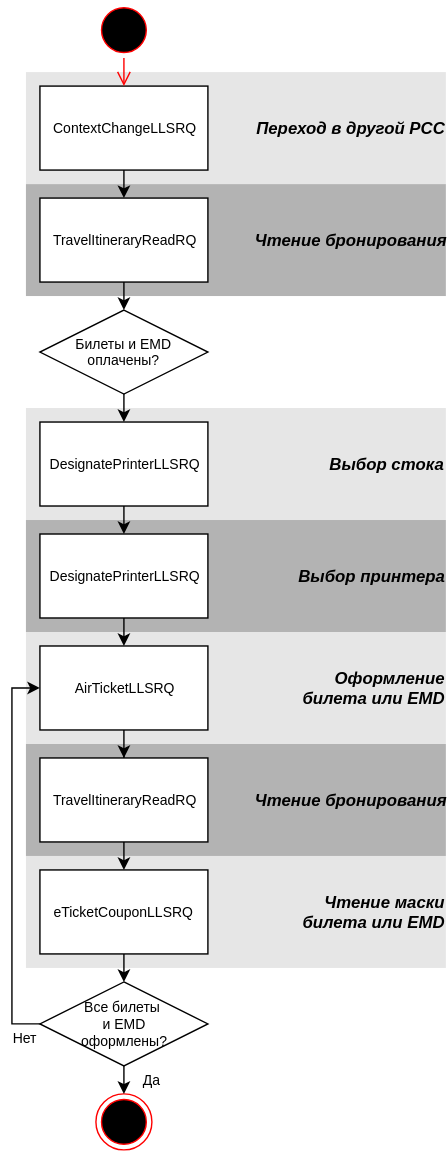
Above: assets/svg/Issue Tickets/[RU]Issue Tickets[Instant]-2.svg in andreypolyak/sabre-apis-ru (draw.io), before the change. Source tidied: cells renumbered, new cells last; positions are measured from the earlier drawing's top-left corner, leaving out a move shared by most shapes.
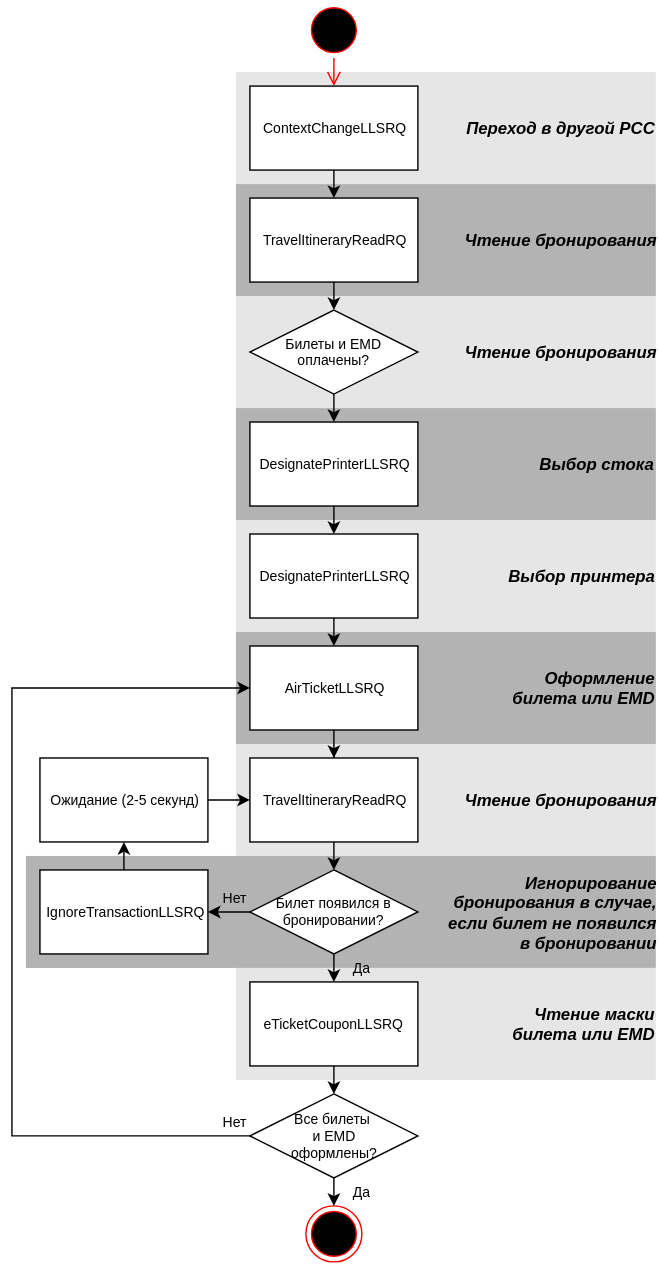
Above is the later version.

What changed in the source:
```diff
@@ -2,33 +2,41 @@
   <root>
     <mxCell id="0" />
     <mxCell id="1" parent="0" />
+    <mxCell id="31" value="&lt;div style=&quot;text-align: right&quot;&gt;&lt;span&gt;&lt;b&gt;&lt;i&gt;&lt;font style=&quot;font-size: 12px&quot;&gt;Переход в другой PCC&lt;/font&gt;&lt;/i&gt;&lt;/b&gt;&lt;/span&gt;&lt;br&gt;&lt;/div&gt;" style="whiteSpace=wrap;html=1;fillColor=#E6E6E6;fontSize=10;strokeColor=none;align=right;gradientColor=none;" parent="1" vertex="1">
+      <mxGeometry y="50" width="300" height="80" as="geometry" />
+    </mxCell>
+    <mxCell id="26" style="ellipse;html=1;shape=startState;fillColor=#000000;strokeColor=#ff0000;rounded=0;fontSize=10;align=center;" parent="1" vertex="1">
+      <mxGeometry x="50" width="40" height="40" as="geometry" />
+    </mxCell>
+    <mxCell id="27" style="edgeStyle=orthogonalEdgeStyle;html=1;verticalAlign=bottom;endArrow=open;endSize=8;strokeColor=#ff0000;fontSize=10;" parent="1" edge="1" source="26">
+      <mxGeometry x="380" y="1310" as="geometry">
+        <mxPoint x="70" y="60" as="targetPoint" />
+      </mxGeometry>
+    </mxCell>
+    <mxCell id="32" value="&lt;div style=&quot;text-align: right&quot;&gt;&lt;span style=&quot;font-size: 12px ; line-height: 14.4px&quot;&gt;&lt;b&gt;&lt;i&gt;Игнорирование&lt;/i&gt;&lt;/b&gt;&lt;/span&gt;&lt;/div&gt;&lt;div style=&quot;text-align: right&quot;&gt;&lt;span style=&quot;font-size: 12px ; line-height: 14.4px&quot;&gt;&lt;b&gt;&lt;i&gt;бронирования в случае,&lt;/i&gt;&lt;/b&gt;&lt;/span&gt;&lt;/div&gt;&lt;div style=&quot;text-align: right&quot;&gt;&lt;span style=&quot;font-size: 12px ; line-height: 14.4px&quot;&gt;&lt;b&gt;&lt;i&gt;если билет не появился&lt;/i&gt;&lt;/b&gt;&lt;/span&gt;&lt;/div&gt;&lt;div style=&quot;text-align: right&quot;&gt;&lt;span style=&quot;font-size: 12px ; line-height: 14.4px&quot;&gt;&lt;b&gt;&lt;i&gt;в бронировании&lt;/i&gt;&lt;/b&gt;&lt;/span&gt;&lt;/div&gt;" style="whiteSpace=wrap;html=1;fillColor=#B3B3B3;fontSize=10;strokeColor=none;align=right;gradientColor=none;" parent="1" vertex="1">
+      <mxGeometry x="-150" y="610" width="450" height="80" as="geometry" />
+    </mxCell>
     <mxCell id="2" value="&lt;div style=&quot;text-align: right&quot;&gt;&lt;span&gt;&lt;b&gt;&lt;i&gt;&lt;font style=&quot;font-size: 12px&quot;&gt;Чтение маски&lt;/font&gt;&lt;/i&gt;&lt;/b&gt;&lt;/span&gt;&lt;/div&gt;&lt;div style=&quot;text-align: right&quot;&gt;&lt;span&gt;&lt;b&gt;&lt;i&gt;&lt;font style=&quot;font-size: 12px&quot;&gt;билета или EMD&lt;/font&gt;&lt;/i&gt;&lt;/b&gt;&lt;/span&gt;&lt;br&gt;&lt;/div&gt;" style="whiteSpace=wrap;html=1;fillColor=#E6E6E6;fontSize=10;strokeColor=none;align=right;gradientColor=none;" parent="1" vertex="1">
-      <mxGeometry y="610" width="300" height="80" as="geometry" />
+      <mxGeometry y="690" width="300" height="80" as="geometry" />
     </mxCell>
-    <mxCell id="3" value="&lt;div style=&quot;text-align: right&quot;&gt;&lt;b&gt;&lt;i&gt;&lt;font style=&quot;font-size: 12px&quot;&gt;Чтение бронирования&lt;/font&gt;&lt;/i&gt;&lt;/b&gt;&lt;br&gt;&lt;/div&gt;" style="whiteSpace=wrap;html=1;fillColor=#B3B3B3;fontSize=10;strokeColor=none;align=right;gradientColor=none;" parent="1" vertex="1">
-      <mxGeometry y="530" width="300" height="80" as="geometry" />
-    </mxCell>
+    <mxCell id="8" value="&lt;div style=&quot;text-align: right&quot;&gt;&lt;b&gt;&lt;i&gt;&lt;font style=&quot;font-size: 12px&quot;&gt;Чтение бронирования&lt;/font&gt;&lt;/i&gt;&lt;/b&gt;&lt;br&gt;&lt;/div&gt;" style="whiteSpace=wrap;html=1;fillColor=#E6E6E6;fontSize=10;strokeColor=none;align=right;gradientColor=none;" parent="1" vertex="1">
+      <mxGeometry y="530" width="300" height="80" as="geometry" />
+    </mxCell>
+    <mxCell id="33" value="&lt;div style=&quot;text-align: right&quot;&gt;&lt;span&gt;&lt;b&gt;&lt;i&gt;&lt;font style=&quot;font-size: 12px&quot;&gt;Оформление&lt;/font&gt;&lt;/i&gt;&lt;/b&gt;&lt;/span&gt;&lt;/div&gt;&lt;div style=&quot;text-align: right&quot;&gt;&lt;span&gt;&lt;b&gt;&lt;i&gt;&lt;font style=&quot;font-size: 12px&quot;&gt;билета или EMD&lt;/font&gt;&lt;/i&gt;&lt;/b&gt;&lt;/span&gt;&lt;br&gt;&lt;/div&gt;" style="whiteSpace=wrap;html=1;fillColor=#B3B3B3;fontSize=10;strokeColor=none;align=right;gradientColor=none;" parent="1" vertex="1">
+      <mxGeometry y="450" width="300" height="80" as="geometry" />
+    </mxCell>
+    <mxCell id="7" value="&lt;div style=&quot;text-align: right&quot;&gt;&lt;b&gt;&lt;i&gt;&lt;font style=&quot;font-size: 12px&quot;&gt;Выбор принтера&lt;/font&gt;&lt;/i&gt;&lt;/b&gt;&lt;br&gt;&lt;/div&gt;" style="whiteSpace=wrap;html=1;fillColor=#E6E6E6;fontSize=10;strokeColor=none;align=right;gradientColor=none;" parent="1" vertex="1">
+      <mxGeometry y="370" width="300" height="80" as="geometry" />
+    </mxCell>
+    <mxCell id="34" value="&lt;div style=&quot;text-align: right&quot;&gt;&lt;b&gt;&lt;i&gt;&lt;font style=&quot;font-size: 12px&quot;&gt;Выбор стока&lt;/font&gt;&lt;/i&gt;&lt;/b&gt;&lt;br&gt;&lt;/div&gt;" style="whiteSpace=wrap;html=1;fillColor=#B3B3B3;fontSize=10;strokeColor=none;align=right;gradientColor=none;" parent="1" vertex="1">
+      <mxGeometry y="290" width="300" height="80" as="geometry" />
+    </mxCell>
+    <mxCell id="6" value="&lt;div style=&quot;text-align: right&quot;&gt;&lt;b&gt;&lt;i&gt;&lt;font style=&quot;font-size: 12px&quot;&gt;Чтение бронирования&lt;/font&gt;&lt;/i&gt;&lt;/b&gt;&lt;br&gt;&lt;/div&gt;" style="whiteSpace=wrap;html=1;fillColor=#E6E6E6;fontSize=10;strokeColor=none;align=right;gradientColor=none;" parent="1" vertex="1">
+      <mxGeometry y="210" width="300" height="80" as="geometry" />
+    </mxCell>
-    <mxCell id="4" value="&lt;div style=&quot;text-align: right&quot;&gt;&lt;span&gt;&lt;b&gt;&lt;i&gt;&lt;font style=&quot;font-size: 12px&quot;&gt;Оформление&lt;/font&gt;&lt;/i&gt;&lt;/b&gt;&lt;/span&gt;&lt;/div&gt;&lt;div style=&quot;text-align: right&quot;&gt;&lt;span&gt;&lt;b&gt;&lt;i&gt;&lt;font style=&quot;font-size: 12px&quot;&gt;билета или EMD&lt;/font&gt;&lt;/i&gt;&lt;/b&gt;&lt;/span&gt;&lt;br&gt;&lt;/div&gt;" style="whiteSpace=wrap;html=1;fillColor=#E6E6E6;fontSize=10;strokeColor=none;align=right;gradientColor=none;" parent="1" vertex="1">
-      <mxGeometry y="450" width="300" height="80" as="geometry" />
+    <mxCell id="4" value="&lt;div style=&quot;text-align: right&quot;&gt;&lt;b&gt;&lt;i&gt;&lt;font style=&quot;font-size: 12px&quot;&gt;Чтение бронирования&lt;/font&gt;&lt;/i&gt;&lt;/b&gt;&lt;br&gt;&lt;/div&gt;" style="whiteSpace=wrap;html=1;fillColor=#B3B3B3;fontSize=10;strokeColor=none;align=right;gradientColor=none;" parent="1" vertex="1">
+      <mxGeometry y="130" width="300" height="80" as="geometry" />
     </mxCell>
-    <mxCell id="5" value="&lt;div style=&quot;text-align: right&quot;&gt;&lt;b&gt;&lt;i&gt;&lt;font style=&quot;font-size: 12px&quot;&gt;Выбор принтера&lt;/font&gt;&lt;/i&gt;&lt;/b&gt;&lt;br&gt;&lt;/div&gt;" style="whiteSpace=wrap;html=1;fillColor=#B3B3B3;fontSize=10;strokeColor=none;align=right;gradientColor=none;" parent="1" vertex="1">
-      <mxGeometry y="370" width="300" height="80" as="geometry" />
-    </mxCell>
-    <mxCell id="6" value="&lt;div style=&quot;text-align: right&quot;&gt;&lt;b&gt;&lt;i&gt;&lt;font style=&quot;font-size: 12px&quot;&gt;Выбор стока&lt;/font&gt;&lt;/i&gt;&lt;/b&gt;&lt;br&gt;&lt;/div&gt;" style="whiteSpace=wrap;html=1;fillColor=#E6E6E6;fontSize=10;strokeColor=none;align=right;gradientColor=none;" parent="1" vertex="1">
-      <mxGeometry y="290" width="300" height="80" as="geometry" />
-    </mxCell>
-    <mxCell id="7" value="&lt;div style=&quot;text-align: right&quot;&gt;&lt;b&gt;&lt;i&gt;&lt;font style=&quot;font-size: 12px&quot;&gt;Чтение бронирования&lt;/font&gt;&lt;/i&gt;&lt;/b&gt;&lt;br&gt;&lt;/div&gt;" style="whiteSpace=wrap;html=1;fillColor=#B3B3B3;fontSize=10;strokeColor=none;align=right;gradientColor=none;" parent="1" vertex="1">
-      <mxGeometry y="130" width="300" height="80" as="geometry" />
-    </mxCell>
-    <mxCell id="8" value="&lt;div style=&quot;text-align: right&quot;&gt;&lt;span&gt;&lt;b&gt;&lt;i&gt;&lt;font style=&quot;font-size: 12px&quot;&gt;Переход в другой PCC&lt;/font&gt;&lt;/i&gt;&lt;/b&gt;&lt;/span&gt;&lt;br&gt;&lt;/div&gt;" style="whiteSpace=wrap;html=1;fillColor=#E6E6E6;fontSize=10;strokeColor=none;align=right;gradientColor=none;" parent="1" vertex="1">
-      <mxGeometry y="50" width="300" height="80" as="geometry" />
-    </mxCell>
-    <mxCell id="9" style="edgeStyle=orthogonalEdgeStyle;rounded=0;html=1;exitX=0.5;exitY=1;entryX=0.5;entryY=0;jettySize=auto;fontSize=10;" parent="1" edge="1" source="10" target="12">
-      <mxGeometry x="380" y="1390" as="geometry" />
-    </mxCell>
-    <mxCell id="10" value="ContextChangeLLSRQ" style="whiteSpace=wrap;html=1;rounded=0;fontSize=10;" parent="1" vertex="1">
-      <mxGeometry x="10" y="60" width="120" height="60" as="geometry" />
-    </mxCell>
     <mxCell id="11" style="edgeStyle=orthogonalEdgeStyle;rounded=0;html=1;exitX=0.5;exitY=1;entryX=0.5;entryY=0;jettySize=auto;" parent="1" edge="1" source="12">
       <mxGeometry x="380" y="1470" as="geometry">
         <mxPoint x="70" y="220" as="targetPoint" />
@@ -55,19 +63,19 @@
     <mxCell id="18" value="AirTicketLLSRQ" style="whiteSpace=wrap;html=1;rounded=0;fontSize=10;" parent="1" vertex="1">
       <mxGeometry x="10" y="460" width="120" height="60" as="geometry" />
     </mxCell>
-    <mxCell id="19" style="edgeStyle=orthogonalEdgeStyle;rounded=0;html=1;exitX=0.5;exitY=1;entryX=0.5;entryY=0;jettySize=auto;fontSize=10;" parent="1" edge="1" source="20" target="22">
+    <mxCell id="19" style="edgeStyle=orthogonalEdgeStyle;rounded=0;html=1;exitX=0.5;exitY=1;entryX=0.5;entryY=0;jettySize=auto;fontSize=10;" parent="1" edge="1" source="20" target="37">
       <mxGeometry x="380" y="1870" as="geometry" />
     </mxCell>
     <mxCell id="20" value="TravelItineraryReadRQ" style="whiteSpace=wrap;html=1;rounded=0;fontSize=10;" parent="1" vertex="1">
       <mxGeometry x="10" y="540" width="120" height="60" as="geometry" />
     </mxCell>
     <mxCell id="21" style="edgeStyle=orthogonalEdgeStyle;rounded=0;html=1;exitX=0.5;exitY=1;entryX=0.5;entryY=0;jettySize=auto;" parent="1" edge="1" source="22">
-      <mxGeometry x="380" y="1950" as="geometry">
-        <mxPoint x="70" y="700" as="targetPoint" />
+      <mxGeometry x="380" y="2030" as="geometry">
+        <mxPoint x="70" y="780" as="targetPoint" />
       </mxGeometry>
     </mxCell>
     <mxCell id="22" value="eTicketCouponLLSRQ" style="whiteSpace=wrap;html=1;rounded=0;fontSize=10;" parent="1" vertex="1">
-      <mxGeometry x="10" y="620" width="120" height="60" as="geometry" />
+      <mxGeometry x="10" y="700" width="120" height="60" as="geometry" />
     </mxCell>
     <mxCell id="23" style="edgeStyle=orthogonalEdgeStyle;rounded=0;html=1;exitX=0.5;exitY=1;entryX=0.5;entryY=0;jettySize=auto;fontSize=10;" parent="1" edge="1" source="24" target="14">
       <mxGeometry x="380" y="1550" as="geometry" />
@@ -76,28 +84,53 @@
       <mxGeometry x="10" y="220" width="120" height="60" as="geometry" />
     </mxCell>
     <mxCell id="25" style="ellipse;html=1;shape=endState;fillColor=#000000;strokeColor=#ff0000;rounded=0;fontSize=10;align=center;" parent="1" vertex="1">
-      <mxGeometry x="50" y="780" width="40" height="40" as="geometry" />
+      <mxGeometry x="50" y="860" width="40" height="40" as="geometry" />
     </mxCell>
-    <mxCell id="26" style="ellipse;html=1;shape=startState;fillColor=#000000;strokeColor=#ff0000;rounded=0;fontSize=10;align=center;" parent="1" vertex="1">
-      <mxGeometry x="50" width="40" height="40" as="geometry" />
-    </mxCell>
-    <mxCell id="27" style="edgeStyle=orthogonalEdgeStyle;html=1;verticalAlign=bottom;endArrow=open;endSize=8;strokeColor=#ff0000;fontSize=10;" parent="1" edge="1" source="26">
-      <mxGeometry x="380" y="1310" as="geometry">
-        <mxPoint x="70" y="60" as="targetPoint" />
-      </mxGeometry>
-    </mxCell>
     <mxCell id="28" value="Нет" style="edgeStyle=orthogonalEdgeStyle;rounded=0;html=1;exitX=0;exitY=0.5;entryX=0;entryY=0.5;jettySize=auto;fontSize=10;" parent="1" edge="1" source="30" target="18">
       <mxGeometry as="geometry">
-        <mxPoint x="-10" y="130" as="offset" />
+        <Array as="points">
+          <mxPoint x="-160" y="810" />
+          <mxPoint x="-160" y="490" />
+        </Array>
+        <mxPoint x="-10" y="150" as="offset" />
       </mxGeometry>
     </mxCell>
     <mxCell id="29" value="Да" style="edgeStyle=orthogonalEdgeStyle;rounded=0;html=1;exitX=0.5;exitY=1;entryX=0.5;entryY=0;jettySize=auto;fontSize=10;" parent="1" edge="1" source="30" target="25">
-      <mxGeometry as="geometry">
+      <mxGeometry y="80" as="geometry">
         <mxPoint x="20" as="offset" />
       </mxGeometry>
     </mxCell>
     <mxCell id="30" value="Все билеты&amp;nbsp;&lt;div&gt;и EMD&lt;/div&gt;&lt;div&gt;оформлены?&lt;/div&gt;" style="rhombus;whiteSpace=wrap;html=1;rounded=0;fontSize=10;" parent="1" vertex="1">
-      <mxGeometry x="10" y="700" width="120" height="60" as="geometry" />
+      <mxGeometry x="10" y="780" width="120" height="60" as="geometry" />
     </mxCell>
+    <mxCell id="35" value="Да" style="edgeStyle=orthogonalEdgeStyle;rounded=0;html=1;exitX=0.5;exitY=1;entryX=0.5;entryY=0;labelBackgroundColor=none;jettySize=auto;fontSize=10;" parent="1" edge="1" source="37" target="22">
+      <mxGeometry y="20" relative="1" as="geometry" />
+    </mxCell>
+    <mxCell id="36" value="Нет" style="edgeStyle=orthogonalEdgeStyle;rounded=0;html=1;exitX=0;exitY=0.5;entryX=1;entryY=0.5;labelBackgroundColor=none;jettySize=auto;fontSize=10;" parent="1" edge="1" source="37" target="39">
+      <mxGeometry x="-0.33" y="-10" relative="1" as="geometry" />
+    </mxCell>
+    <mxCell id="37" value="Билет появился в бронировании?" style="rhombus;whiteSpace=wrap;html=1;rounded=0;fontSize=10;" parent="1" vertex="1">
+      <mxGeometry x="10" y="620" width="120" height="60" as="geometry" />
+    </mxCell>
+    <mxCell id="38" style="edgeStyle=orthogonalEdgeStyle;rounded=0;html=1;exitX=0.5;exitY=0;entryX=0.5;entryY=1;labelBackgroundColor=none;jettySize=auto;fontSize=10;" parent="1" edge="1" source="39" target="41">
+      <mxGeometry relative="1" as="geometry" />
+    </mxCell>
+    <mxCell id="39" value="IgnoreTransactionLLSRQ" style="whiteSpace=wrap;html=1;rounded=0;fontSize=10;" parent="1" vertex="1">
+      <mxGeometry x="-140" y="620" width="120" height="60" as="geometry" />
+    </mxCell>
+    <mxCell id="40" style="edgeStyle=orthogonalEdgeStyle;rounded=0;html=1;exitX=1;exitY=0.5;entryX=0;entryY=0.5;labelBackgroundColor=none;jettySize=auto;fontSize=10;" parent="1" edge="1" source="41" target="20">
+      <mxGeometry relative="1" as="geometry" />
+    </mxCell>
+    <mxCell id="41" value="Ожидание (2-5 секунд)" style="whiteSpace=wrap;html=1;rounded=0;fontSize=10;" parent="1" vertex="1">
+      <mxGeometry x="-140" y="540" width="120" height="60" as="geometry" />
+    </mxCell>
+    <mxCell id="42" style="edgeStyle=orthogonalEdgeStyle;rounded=0;html=1;exitX=0.5;exitY=1;entryX=0.5;entryY=0;jettySize=auto;fontSize=10;" parent="1" edge="1" source="10">
+      <mxGeometry x="380" y="1390" as="geometry">
+        <mxPoint x="70" y="140" as="targetPoint" />
+      </mxGeometry>
+    </mxCell>
+    <mxCell id="10" value="ContextChangeLLSRQ" style="whiteSpace=wrap;html=1;rounded=0;fontSize=10;" parent="1" vertex="1">
+      <mxGeometry x="10" y="60" width="120" height="60" as="geometry" />
+    </mxCell>
   </root>
 </mxGraphModel>
```
